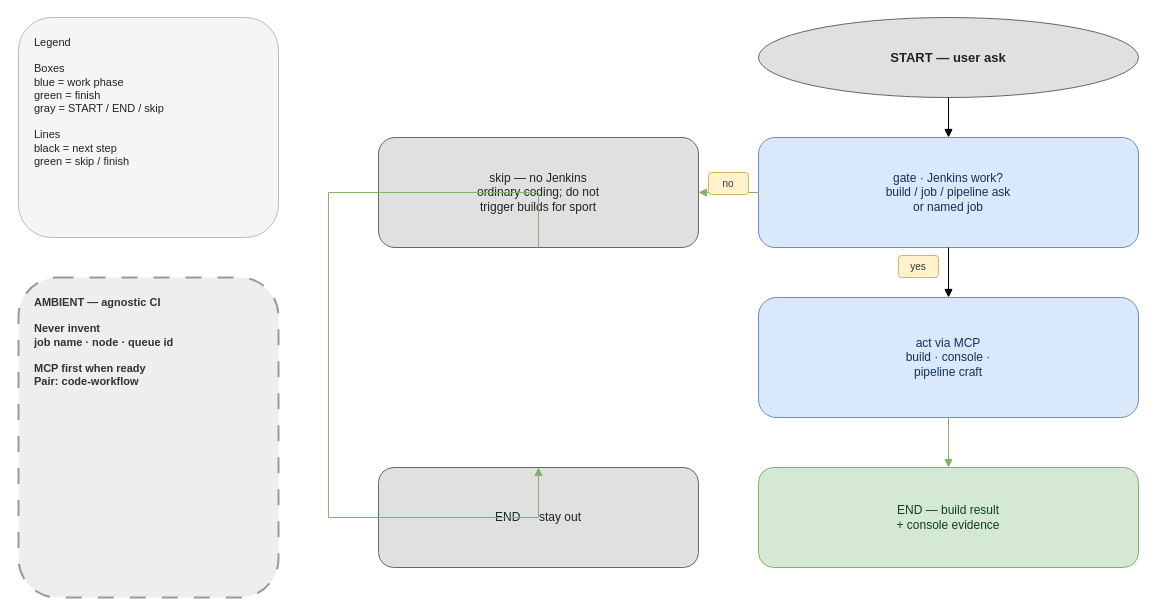
The draw.io diagram plugins/jenkins/docs/jenkins-workflow.drawio in nodadyoushutup/marketplace, before the edit. Source tidied: cells renumbered, new cells numbered last; positions are measured from the earlier drawing's top-left corner, leaving out a move shared by most shapes. Both pictures are drawn from the tidied source at 100%, with x=0, y=0 at pixel (18, 17).
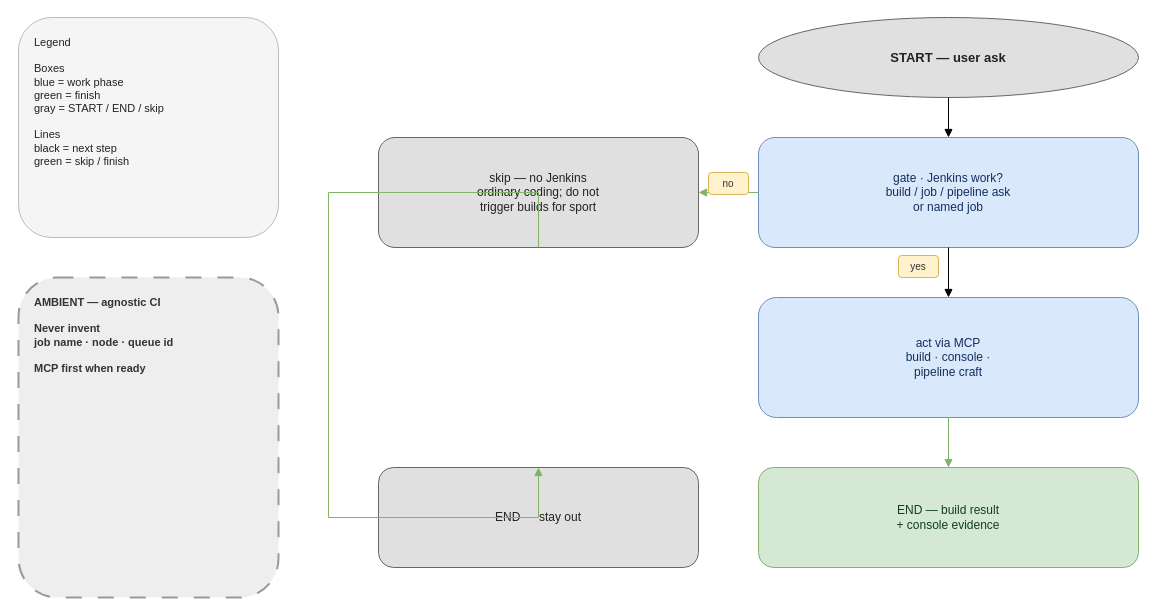
Above is the later version.

What changed in the source:
```diff
@@
 <mxGraphModel>
   <root>
     <mxCell id="0" />
     <mxCell id="1" parent="0" />
     <mxCell id="2" value="Legend&#10;&#10;Boxes&#10;blue = work phase&#10;green = finish&#10;gray = START / END / skip&#10;&#10;Lines&#10;black = next step&#10;green = skip / finish" style="rounded=1;whiteSpace=wrap;html=1;align=left;verticalAlign=top;spacingLeft=14;spacingRight=14;spacingTop=12;spacingBottom=12;fontSize=11;fillColor=#f5f5f5;strokeColor=#bbbbbb;fontColor=#222222;" parent="1" vertex="1">
       <mxGeometry width="260" height="220" as="geometry" />
     </mxCell>
-    <mxCell id="3" value="AMBIENT — agnostic CI&#10;&#10;Never invent&#10;job name · node · queue id&#10;&#10;MCP first when ready&#10;Pair: code-workflow" style="rounded=1;whiteSpace=wrap;html=1;dashed=1;dashPattern=8 8;align=left;verticalAlign=top;spacingLeft=14;spacingRight=14;spacingTop=12;spacingBottom=12;fontSize=11;fontStyle=1;fillColor=#eeeeee;strokeColor=#999999;strokeWidth=2;fontColor=#333333;" parent="1" vertex="1">
+    <mxCell id="3" value="AMBIENT — agnostic CI&#10;&#10;Never invent&#10;job name · node · queue id&#10;&#10;MCP first when ready&#10;" style="rounded=1;whiteSpace=wrap;html=1;dashed=1;dashPattern=8 8;align=left;verticalAlign=top;spacingLeft=14;spacingRight=14;spacingTop=12;spacingBottom=12;fontSize=11;fontStyle=1;fillColor=#eeeeee;strokeColor=#999999;strokeWidth=2;fontColor=#333333;" parent="1" vertex="1">
       <mxGeometry y="260" width="260" height="320" as="geometry" />
     </mxCell>
     <mxCell id="4" value="START — user ask" style="ellipse;whiteSpace=wrap;html=1;align=center;verticalAlign=middle;fontSize=13;fontStyle=1;fillColor=#e0e0e0;strokeColor=#666666;fontColor=#222222;" parent="1" vertex="1">
       <mxGeometry x="740" width="380" height="80" as="geometry" />
     </mxCell>
     <mxCell id="5" value="gate · Jenkins work?&#10;build / job / pipeline ask&#10;or named job" style="rounded=1;whiteSpace=wrap;html=1;align=center;verticalAlign=middle;spacingLeft=12;spacingRight=12;fontSize=12;fillColor=#dae8fc;strokeColor=#6c8ebf;fontColor=#12305B;" parent="1" vertex="1">
       <mxGeometry x="740" y="120" width="380" height="110" as="geometry" />
     </mxCell>
     <mxCell id="6" value="skip — no Jenkins&#10;ordinary coding; do not&#10;trigger builds for sport" style="rounded=1;whiteSpace=wrap;html=1;align=center;verticalAlign=middle;spacingLeft=12;spacingRight=12;fontSize=12;fillColor=#e0e0e0;strokeColor=#666666;fontColor=#222222;" parent="1" vertex="1">
       <mxGeometry x="360" y="120" width="320" height="110" as="geometry" />
     </mxCell>
     <mxCell id="7" value="act via MCP&#10;build · console ·&#10;pipeline craft" style="rounded=1;whiteSpace=wrap;html=1;align=center;verticalAlign=middle;spacingLeft=12;spacingRight=12;fontSize=12;fillColor=#dae8fc;strokeColor=#6c8ebf;fontColor=#12305B;" parent="1" vertex="1">
       <mxGeometry x="740" y="280" width="380" height="120" as="geometry" />
     </mxCell>
     <mxCell id="8" value="END — build result&#10;+ console evidence" style="rounded=1;whiteSpace=wrap;html=1;align=center;verticalAlign=middle;spacingLeft=12;spacingRight=12;fontSize=12;fillColor=#d5e8d4;strokeColor=#82b366;fontColor=#12401A;" parent="1" vertex="1">
       <mxGeometry x="740" y="450" width="380" height="100" as="geometry" />
     </mxCell>
     <mxCell id="9" value="END — stay out" style="rounded=1;whiteSpace=wrap;html=1;align=center;verticalAlign=middle;spacingLeft=12;spacingRight=12;fontSize=12;fillColor=#e0e0e0;strokeColor=#666666;fontColor=#222222;" parent="1" vertex="1">
       <mxGeometry x="360" y="450" width="320" height="100" as="geometry" />
     </mxCell>
     <mxCell id="10" style="edgeStyle=orthogonalEdgeStyle;rounded=0;html=1;endArrow=block;jumpStyle=arc;jumpSize=10;exitX=0.5;exitY=1;entryX=0.5;entryY=0;" parent="1" edge="1" source="4" target="5">
       <mxGeometry relative="1" as="geometry" />
     </mxCell>
     <mxCell id="11" style="edgeStyle=orthogonalEdgeStyle;rounded=0;html=1;endArrow=block;jumpStyle=arc;jumpSize=10;strokeColor=#82b366;exitX=0;exitY=0.5;entryX=1;entryY=0.5;" parent="1" edge="1" source="5" target="6">
       <mxGeometry relative="1" as="geometry" />
     </mxCell>
     <mxCell id="12" value="no" style="rounded=1;whiteSpace=wrap;html=1;align=center;verticalAlign=middle;fontSize=10;fillColor=#fff2cc;strokeColor=#d6b656;fontColor=#333333;" parent="1" vertex="1">
       <mxGeometry x="690" y="155" width="40" height="22" as="geometry" />
     </mxCell>
     <mxCell id="13" style="edgeStyle=orthogonalEdgeStyle;rounded=0;html=1;endArrow=block;jumpStyle=arc;jumpSize=10;exitX=0.5;exitY=1;entryX=0.5;entryY=0;" parent="1" edge="1" source="5" target="7">
       <mxGeometry relative="1" as="geometry" />
     </mxCell>
     <mxCell id="14" value="yes" style="rounded=1;whiteSpace=wrap;html=1;align=center;verticalAlign=middle;fontSize=10;fillColor=#fff2cc;strokeColor=#d6b656;fontColor=#333333;" parent="1" vertex="1">
       <mxGeometry x="880" y="238" width="40" height="22" as="geometry" />
     </mxCell>
     <mxCell id="15" style="edgeStyle=orthogonalEdgeStyle;rounded=0;html=1;endArrow=block;jumpStyle=arc;jumpSize=10;strokeColor=#82b366;exitX=0.5;exitY=1;entryX=0.5;entryY=0;" parent="1" edge="1" source="7" target="8">
       <mxGeometry relative="1" as="geometry" />
     </mxCell>
     <mxCell id="16" style="edgeStyle=orthogonalEdgeStyle;rounded=0;html=1;endArrow=block;jumpStyle=arc;jumpSize=10;strokeColor=#82b366;exitX=0.5;exitY=1;entryX=0.5;entryY=0;" parent="1" edge="1" source="6" target="9">
       <mxGeometry relative="1" as="geometry">
         <Array as="points">
           <mxPoint x="310" y="175" />
           <mxPoint x="310" y="500" />
         </Array>
       </mxGeometry>
     </mxCell>
   </root>
 </mxGraphModel>
```
